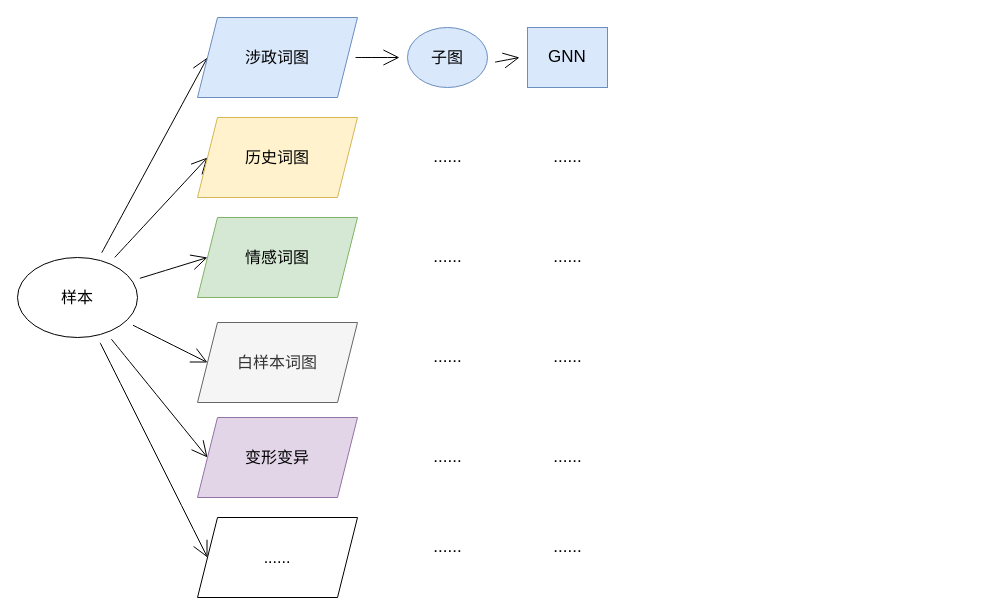
The draw.io diagram wg-gnn.drawio in fpcsong/diagram, before the edit. Source tidied: cells renumbered, new cells numbered last; positions are measured from the earlier drawing's top-left corner, leaving out a move shared by most shapes. Both pictures are drawn from the tidied source at 100%, with x=0, y=0 at pixel (17, 17).
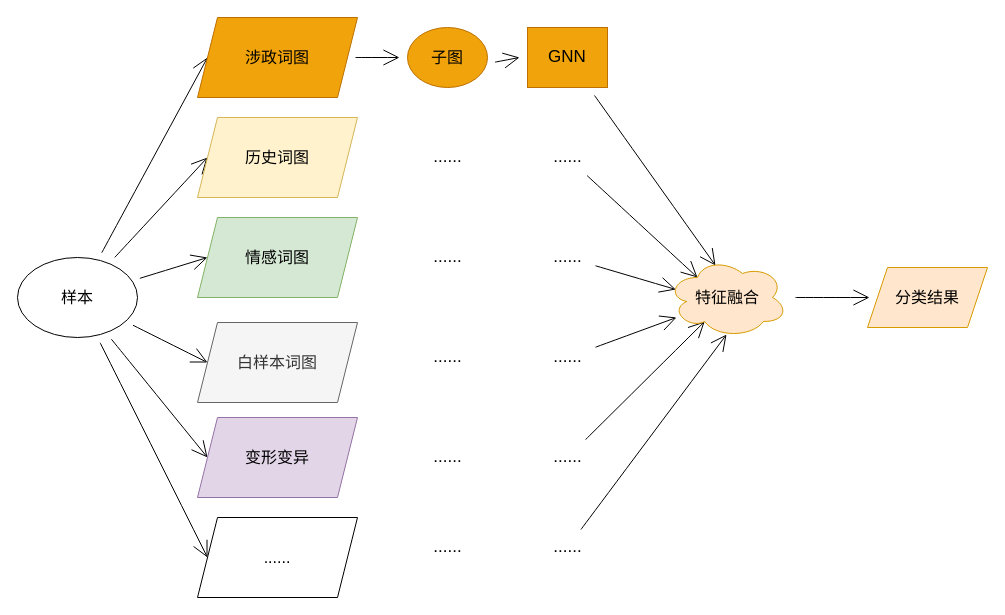
The same diagram, later.

Unchanged cells that the change refers to:
```xml
<mxCell id="24" value="&lt;font style=&quot;font-size: 17px&quot;&gt;......&lt;/font&gt;" style="text;html=1;align=center;verticalAlign=middle;points=[];strokeColor=none;fillColor=none;" parent="1" vertex="1">
  <mxGeometry x="530" y="130" width="40" height="20" as="geometry" />
</mxCell>
<mxCell id="25" value="&lt;font style=&quot;font-size: 17px&quot;&gt;......&lt;/font&gt;" style="text;html=1;align=center;verticalAlign=middle;points=[];strokeColor=none;fillColor=none;" parent="1" vertex="1">
  <mxGeometry x="530" y="230" width="40" height="20" as="geometry" />
</mxCell>
<mxCell id="26" value="&lt;font style=&quot;font-size: 17px&quot;&gt;......&lt;/font&gt;" style="text;html=1;align=center;verticalAlign=middle;points=[];strokeColor=none;fillColor=none;" parent="1" vertex="1">
  <mxGeometry x="530" y="330" width="40" height="20" as="geometry" />
</mxCell>
<mxCell id="27" value="&lt;font style=&quot;font-size: 17px&quot;&gt;......&lt;/font&gt;" style="text;html=1;align=center;verticalAlign=middle;points=[];strokeColor=none;fillColor=none;" parent="1" vertex="1">
  <mxGeometry x="530" y="430" width="40" height="20" as="geometry" />
</mxCell>
<mxCell id="28" value="&lt;font style=&quot;font-size: 17px&quot;&gt;......&lt;/font&gt;" style="text;html=1;align=center;verticalAlign=middle;points=[];strokeColor=none;fillColor=none;" parent="1" vertex="1">
  <mxGeometry x="530" y="520" width="40" height="20" as="geometry" />
</mxCell>
```

Diff of the diagram source:
```diff
@@
-    <mxCell id="10" value="&lt;font style=&quot;font-size: 16px&quot;&gt;涉政词图&lt;/font&gt;" style="shape=parallelogram;perimeter=parallelogramPerimeter;whiteSpace=wrap;html=1;fixedSize=1;hachureGap=4;fillColor=#dae8fc;strokeColor=#6c8ebf;" parent="1" vertex="1">
+    <mxCell id="10" value="&lt;font style=&quot;font-size: 16px&quot;&gt;涉政词图&lt;/font&gt;" style="shape=parallelogram;perimeter=parallelogramPerimeter;whiteSpace=wrap;html=1;fixedSize=1;hachureGap=4;fillColor=#f0a30a;strokeColor=#BD7000;fontColor=#000000;" parent="1" vertex="1">
       <mxGeometry x="180" width="160" height="80" as="geometry" />
     </mxCell>
@@
-    <mxCell id="17" value="&lt;font style=&quot;font-size: 16px&quot;&gt;子图&lt;/font&gt;" style="ellipse;whiteSpace=wrap;html=1;strokeColor=#6c8ebf;fillColor=#dae8fc;hachureGap=4;" parent="1" vertex="1">
+    <mxCell id="17" value="&lt;font style=&quot;font-size: 16px&quot;&gt;子图&lt;/font&gt;" style="ellipse;whiteSpace=wrap;html=1;strokeColor=#BD7000;fillColor=#f0a30a;hachureGap=4;fontColor=#000000;" parent="1" vertex="1">
       <mxGeometry x="390" y="10" width="80" height="60" as="geometry" />
     </mxCell>
@@
+    <mxCell id="29" style="edgeStyle=none;curved=1;rounded=0;jettySize=auto;html=1;entryX=0.4;entryY=0.1;entryDx=0;entryDy=0;entryPerimeter=0;endArrow=open;startSize=14;endSize=14;sourcePerimeterSpacing=8;targetPerimeterSpacing=8;" parent="1" edge="1" source="23" target="36">
+      <mxGeometry relative="1" as="geometry" />
+    </mxCell>
-    <mxCell id="23" value="&lt;font style=&quot;font-size: 17px&quot;&gt;GNN&lt;/font&gt;" style="whiteSpace=wrap;html=1;strokeColor=#6c8ebf;fillColor=#dae8fc;hachureGap=4;" parent="1" vertex="1">
+    <mxCell id="23" value="&lt;font style=&quot;font-size: 17px&quot;&gt;GNN&lt;/font&gt;" style="whiteSpace=wrap;html=1;strokeColor=#BD7000;fillColor=#f0a30a;hachureGap=4;fontColor=#000000;" parent="1" vertex="1">
       <mxGeometry x="510" y="10" width="80" height="60" as="geometry" />
     </mxCell>
+    <mxCell id="30" style="edgeStyle=none;curved=1;rounded=0;jettySize=auto;html=1;entryX=0.25;entryY=0.25;entryDx=0;entryDy=0;entryPerimeter=0;endArrow=open;startSize=14;endSize=14;sourcePerimeterSpacing=8;targetPerimeterSpacing=8;" parent="1" edge="1" source="24" target="36">
+      <mxGeometry relative="1" as="geometry" />
+    </mxCell>
@@
+    <mxCell id="31" style="edgeStyle=none;curved=1;rounded=0;jettySize=auto;html=1;entryX=0.07;entryY=0.4;entryDx=0;entryDy=0;entryPerimeter=0;endArrow=open;startSize=14;endSize=14;sourcePerimeterSpacing=8;targetPerimeterSpacing=8;" parent="1" edge="1" source="25" target="36">
+      <mxGeometry relative="1" as="geometry" />
+    </mxCell>
@@
+    <mxCell id="32" style="edgeStyle=none;curved=1;rounded=0;jettySize=auto;html=1;entryX=0.075;entryY=0.75;entryDx=0;entryDy=0;entryPerimeter=0;endArrow=open;startSize=14;endSize=14;sourcePerimeterSpacing=8;targetPerimeterSpacing=8;" parent="1" edge="1" source="26" target="36">
+      <mxGeometry relative="1" as="geometry" />
+    </mxCell>
@@
+    <mxCell id="33" style="edgeStyle=none;curved=1;rounded=0;jettySize=auto;html=1;entryX=0.31;entryY=0.8;entryDx=0;entryDy=0;entryPerimeter=0;endArrow=open;startSize=14;endSize=14;sourcePerimeterSpacing=8;targetPerimeterSpacing=8;" parent="1" edge="1" source="27" target="36">
+      <mxGeometry relative="1" as="geometry" />
+    </mxCell>
@@
+    <mxCell id="34" style="edgeStyle=none;curved=1;rounded=0;jettySize=auto;html=1;entryX=0.492;entryY=0.963;entryDx=0;entryDy=0;entryPerimeter=0;endArrow=open;startSize=14;endSize=14;sourcePerimeterSpacing=8;targetPerimeterSpacing=8;" parent="1" edge="1" source="28" target="36">
+      <mxGeometry relative="1" as="geometry" />
+    </mxCell>
@@
+    <mxCell id="35" style="edgeStyle=none;curved=1;rounded=0;jettySize=auto;html=1;endArrow=open;startSize=14;endSize=14;sourcePerimeterSpacing=8;targetPerimeterSpacing=8;" parent="1" edge="1" source="36" target="37">
+      <mxGeometry relative="1" as="geometry" />
+    </mxCell>
+    <mxCell id="36" value="&lt;font style=&quot;font-size: 16px&quot;&gt;特征融合&lt;/font&gt;" style="ellipse;shape=cloud;whiteSpace=wrap;html=1;hachureGap=4;fillColor=#ffe6cc;strokeColor=#d79b00;" parent="1" vertex="1">
+      <mxGeometry x="650" y="240" width="120" height="80" as="geometry" />
+    </mxCell>
+    <mxCell id="37" value="&lt;font style=&quot;font-size: 16px&quot;&gt;分类结果&lt;/font&gt;" style="shape=parallelogram;perimeter=parallelogramPerimeter;whiteSpace=wrap;html=1;fixedSize=1;strokeColor=#d79b00;fillColor=#ffe6cc;hachureGap=4;" parent="1" vertex="1">
+      <mxGeometry x="850" y="250" width="120" height="60" as="geometry" />
+    </mxCell>
```
